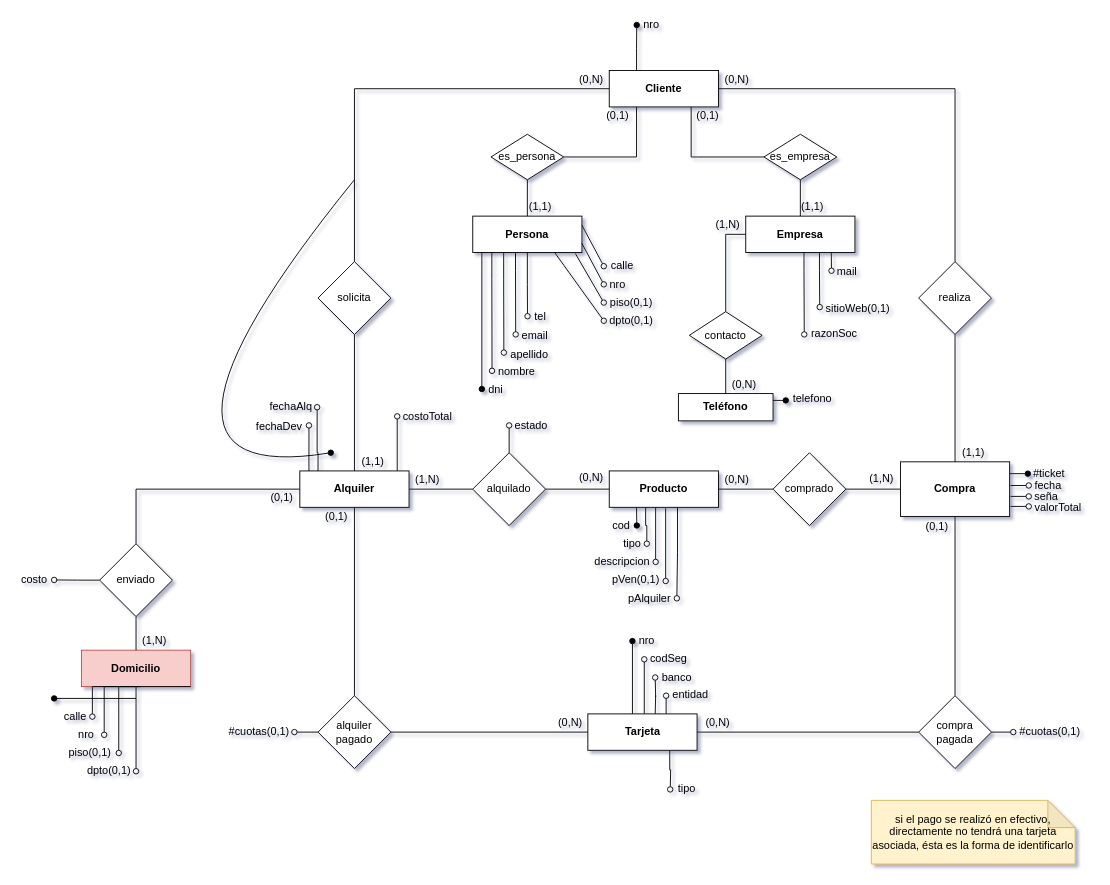
Above: BD/01-modelos/05-articulos/ej5-logico.drawio in sergiocld99/unlp-tramo-final (draw.io), before the change. Source tidied: cells renumbered, new cells numbered last; positions are measured from the earlier drawing's top-left corner, leaving out a move shared by most shapes. Both pictures are drawn from the tidied source at 91%, with x=0, y=0 at pixel (15, 15).
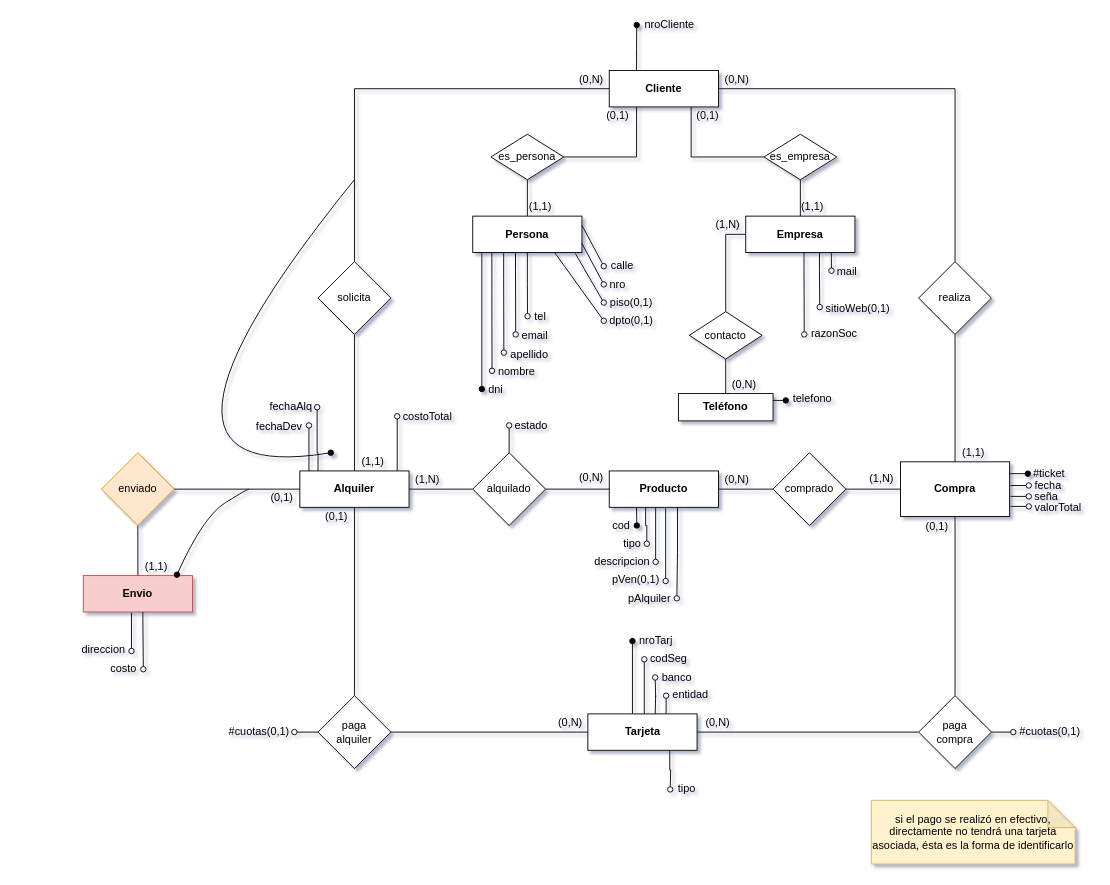
Above is the later version.

The change refers to these unchanged cells:
```xml
<mxCell id="31" value="Alquiler" style="rounded=0;whiteSpace=wrap;html=1;fontStyle=1;" parent="1" vertex="1">
  <mxGeometry x="312" y="500" width="120" height="40" as="geometry" />
</mxCell>
```

Diff of the diagram source:
```diff
@@
-    <mxCell id="27" style="edgeStyle=orthogonalEdgeStyle;rounded=0;jettySize=auto;html=1;exitX=0;exitY=0.5;exitDx=0;exitDy=0;entryX=0.5;entryY=0;entryDx=0;entryDy=0;endArrow=none;endFill=0;" parent="1" edge="1" source="31" target="42">
+    <mxCell id="27" style="edgeStyle=orthogonalEdgeStyle;rounded=0;jettySize=auto;html=1;exitX=0;exitY=0.5;exitDx=0;exitDy=0;entryX=1;entryY=0.5;entryDx=0;entryDy=0;endArrow=none;endFill=0;" parent="1" edge="1" source="31" target="42">
       <mxGeometry relative="1" as="geometry" />
     </mxCell>
@@
-    <mxCell id="39" value="Domicilio" style="rounded=0;whiteSpace=wrap;html=1;fontStyle=1;fillColor=#f8cecc;strokeColor=#b85450;" parent="1" vertex="1">
-      <mxGeometry x="72" y="697" width="120" height="40" as="geometry" />
-    </mxCell>
-    <mxCell id="40" style="edgeStyle=orthogonalEdgeStyle;rounded=0;jettySize=auto;html=1;exitX=0.5;exitY=1;exitDx=0;exitDy=0;entryX=0.5;entryY=0;entryDx=0;entryDy=0;endArrow=none;endFill=0;" parent="1" edge="1" source="42" target="39">
-      <mxGeometry relative="1" as="geometry" />
-    </mxCell>
-    <mxCell id="41" style="edgeStyle=orthogonalEdgeStyle;rounded=0;jettySize=auto;html=1;exitX=0;exitY=0.5;exitDx=0;exitDy=0;endArrow=oval;endFill=0;" parent="1" edge="1" source="42">
-      <mxGeometry relative="1" as="geometry">
-        <mxPoint x="42" y="619.8" as="targetPoint" />
-      </mxGeometry>
-    </mxCell>
-    <mxCell id="42" value="enviado" style="rhombus;whiteSpace=wrap;html=1;" parent="1" vertex="1">
-      <mxGeometry x="92" y="580" width="80" height="80" as="geometry" />
-    </mxCell>
@@
-    <mxCell id="61" value="alquiler&lt;br&gt;pagado" style="rhombus;whiteSpace=wrap;html=1;" parent="1" vertex="1">
+    <mxCell id="61" value="paga&lt;br&gt;alquiler" style="rhombus;whiteSpace=wrap;html=1;" parent="1" vertex="1">
       <mxGeometry x="332" y="747" width="80" height="80" as="geometry" />
     </mxCell>
@@
-    <mxCell id="63" value="compra&lt;br&gt;pagada" style="rhombus;whiteSpace=wrap;html=1;" parent="1" vertex="1">
+    <mxCell id="63" value="paga&lt;br&gt;compra" style="rhombus;whiteSpace=wrap;html=1;" parent="1" vertex="1">
       <mxGeometry x="992" y="747" width="80" height="80" as="geometry" />
     </mxCell>
@@
-    <mxCell id="74" style="edgeStyle=orthogonalEdgeStyle;rounded=0;orthogonalLoop=1;jettySize=auto;html=1;exitX=0.5;exitY=1;exitDx=0;exitDy=0;endArrow=oval;endFill=0;" parent="1" edge="1">
-      <mxGeometry relative="1" as="geometry">
-        <mxPoint x="134" y="737" as="sourcePoint" />
-        <mxPoint x="97" y="790" as="targetPoint" />
-        <Array as="points">
-          <mxPoint x="97" y="737" />
-        </Array>
-      </mxGeometry>
-    </mxCell>
-    <mxCell id="75" style="edgeStyle=orthogonalEdgeStyle;rounded=0;orthogonalLoop=1;jettySize=auto;html=1;exitX=0.5;exitY=1;exitDx=0;exitDy=0;endArrow=oval;endFill=0;" parent="1" edge="1">
-      <mxGeometry relative="1" as="geometry">
-        <mxPoint x="137" y="737" as="sourcePoint" />
-        <mxPoint x="113" y="810" as="targetPoint" />
-        <Array as="points">
-          <mxPoint x="113" y="737" />
-        </Array>
-      </mxGeometry>
-    </mxCell>
-    <mxCell id="76" style="edgeStyle=orthogonalEdgeStyle;rounded=0;jettySize=auto;html=1;exitX=1;exitY=1;exitDx=0;exitDy=0;endArrow=oval;endFill=0;" parent="1" edge="1" source="39">
-      <mxGeometry relative="1" as="geometry">
-        <mxPoint x="84" y="770" as="targetPoint" />
-        <Array as="points">
-          <mxPoint x="84" y="737" />
-        </Array>
-      </mxGeometry>
-    </mxCell>
-    <mxCell id="77" style="edgeStyle=none;rounded=0;jettySize=auto;html=1;endArrow=oval;endFill=0;startArrow=none;exitX=0.5;exitY=1;exitDx=0;exitDy=0;" parent="1" edge="1" source="39">
-      <mxGeometry relative="1" as="geometry">
-        <mxPoint x="132" y="830" as="targetPoint" />
-      </mxGeometry>
-    </mxCell>
-    <mxCell id="78" value="calle" style="text;html=1;align=center;verticalAlign=middle;strokeColor=none;fillColor=none;" parent="1" vertex="1">
-      <mxGeometry x="45" y="760" width="40" height="20" as="geometry" />
-    </mxCell>
-    <mxCell id="79" value="piso(0,1)" style="text;html=1;align=center;verticalAlign=middle;strokeColor=none;fillColor=none;" parent="1" vertex="1">
-      <mxGeometry x="51" y="800" width="60" height="20" as="geometry" />
-    </mxCell>
-    <mxCell id="80" value="dpto(0,1)" style="text;html=1;align=center;verticalAlign=middle;strokeColor=none;fillColor=none;" parent="1" vertex="1">
-      <mxGeometry x="72" y="820" width="60" height="20" as="geometry" />
-    </mxCell>
@@
-    <mxCell id="82" value="(1,N)" style="text;html=1;align=center;verticalAlign=middle;strokeColor=none;fillColor=none;" parent="1" vertex="1">
-      <mxGeometry x="132" y="677" width="40" height="20" as="geometry" />
-    </mxCell>
-    <mxCell id="83" value="nro" style="text;html=1;align=center;verticalAlign=middle;strokeColor=none;fillColor=none;" parent="1" vertex="1">
-      <mxGeometry x="62" y="780" width="30" height="20" as="geometry" />
-    </mxCell>
-    <mxCell id="84" style="endArrow=oval;html=1;rounded=0;endFill=1;" parent="1" edge="1">
-      <mxGeometry relative="1" as="geometry">
-        <mxPoint x="132" y="750" as="sourcePoint" />
-        <mxPoint x="42" y="750" as="targetPoint" />
-      </mxGeometry>
-    </mxCell>
-    <mxCell id="85" value="costo" style="text;html=1;align=center;verticalAlign=middle;strokeColor=none;fillColor=none;" parent="1" vertex="1">
-      <mxGeometry y="610" width="40" height="20" as="geometry" />
-    </mxCell>
@@
-    <mxCell id="113" value="nro" style="text;html=1;align=center;verticalAlign=middle;strokeColor=none;fillColor=none;" parent="1" vertex="1">
-      <mxGeometry x="683" width="30" height="20" as="geometry" />
+    <mxCell id="113" value="nroCliente" style="text;html=1;align=center;verticalAlign=middle;strokeColor=none;fillColor=none;" parent="1" vertex="1">
+      <mxGeometry x="683" width="70" height="20" as="geometry" />
     </mxCell>
@@
-    <mxCell id="117" value="nro" style="text;html=1;align=center;verticalAlign=middle;strokeColor=none;fillColor=none;" parent="1" vertex="1">
-      <mxGeometry x="677.5" y="677" width="30" height="20" as="geometry" />
+    <mxCell id="117" value="nroTarj" style="text;html=1;align=center;verticalAlign=middle;strokeColor=none;fillColor=none;" parent="1" vertex="1">
+      <mxGeometry x="677.5" y="677" width="50" height="20" as="geometry" />
     </mxCell>
@@
+    <mxCell id="142" value="Envio" style="rounded=0;whiteSpace=wrap;html=1;fontStyle=1;fillColor=#f8cecc;strokeColor=#b85450;" parent="1" vertex="1">
+      <mxGeometry x="74" y="615" width="120" height="40" as="geometry" />
+    </mxCell>
+    <mxCell id="143" style="edgeStyle=orthogonalEdgeStyle;rounded=0;jettySize=auto;html=1;exitX=0.5;exitY=1;exitDx=0;exitDy=0;entryX=0.5;entryY=0;entryDx=0;entryDy=0;endArrow=none;endFill=0;" parent="1" edge="1" source="42" target="142">
+      <mxGeometry relative="1" as="geometry" />
+    </mxCell>
+    <mxCell id="42" value="enviado" style="rhombus;whiteSpace=wrap;html=1;fillColor=#ffe6cc;strokeColor=#d79b00;" parent="1" vertex="1">
+      <mxGeometry x="94" y="480" width="80" height="80" as="geometry" />
+    </mxCell>
+    <mxCell id="144" style="edgeStyle=orthogonalEdgeStyle;rounded=0;orthogonalLoop=1;jettySize=auto;html=1;exitX=0.971;exitY=0.977;exitDx=0;exitDy=0;endArrow=oval;endFill=0;exitPerimeter=0;" parent="1" edge="1">
+      <mxGeometry relative="1" as="geometry">
+        <mxPoint x="139.5" y="655" as="sourcePoint" />
+        <mxPoint x="140" y="717.9" as="targetPoint" />
+        <Array as="points">
+          <mxPoint x="140" y="664.9" />
+          <mxPoint x="140" y="664.9" />
+        </Array>
+      </mxGeometry>
+    </mxCell>
+    <mxCell id="145" style="edgeStyle=orthogonalEdgeStyle;rounded=0;orthogonalLoop=1;jettySize=auto;html=1;endArrow=oval;endFill=0;" parent="1" edge="1">
+      <mxGeometry relative="1" as="geometry">
+        <mxPoint x="127" y="655.9" as="sourcePoint" />
+        <mxPoint x="127" y="697.9" as="targetPoint" />
+        <Array as="points">
+          <mxPoint x="127" y="655.9" />
+        </Array>
+      </mxGeometry>
+    </mxCell>
+    <mxCell id="146" value="direccion" style="text;html=1;align=center;verticalAlign=middle;strokeColor=none;fillColor=none;" parent="1" vertex="1">
+      <mxGeometry x="66" y="686.9" width="60" height="20" as="geometry" />
+    </mxCell>
+    <mxCell id="147" value="(1,1)" style="text;html=1;align=center;verticalAlign=middle;strokeColor=none;fillColor=none;" parent="1" vertex="1">
+      <mxGeometry x="134" y="595" width="40" height="20" as="geometry" />
+    </mxCell>
+    <mxCell id="85" value="costo" style="text;html=1;align=center;verticalAlign=middle;strokeColor=none;fillColor=none;" parent="1" vertex="1">
+      <mxGeometry x="98" y="706.9" width="40" height="20" as="geometry" />
+    </mxCell>
+    <mxCell id="148" style="curved=1;endArrow=oval;html=1;rounded=0;endFill=1;entryX=0.858;entryY=-0.025;entryDx=0;entryDy=0;entryPerimeter=0;" parent="1" edge="1" target="142">
+      <mxGeometry relative="1" as="geometry">
+        <mxPoint x="256" y="520" as="sourcePoint" />
+        <Array as="points">
+          <mxPoint x="254" y="520" />
+          <mxPoint x="206" y="550" />
+        </Array>
+      </mxGeometry>
+    </mxCell>
```
